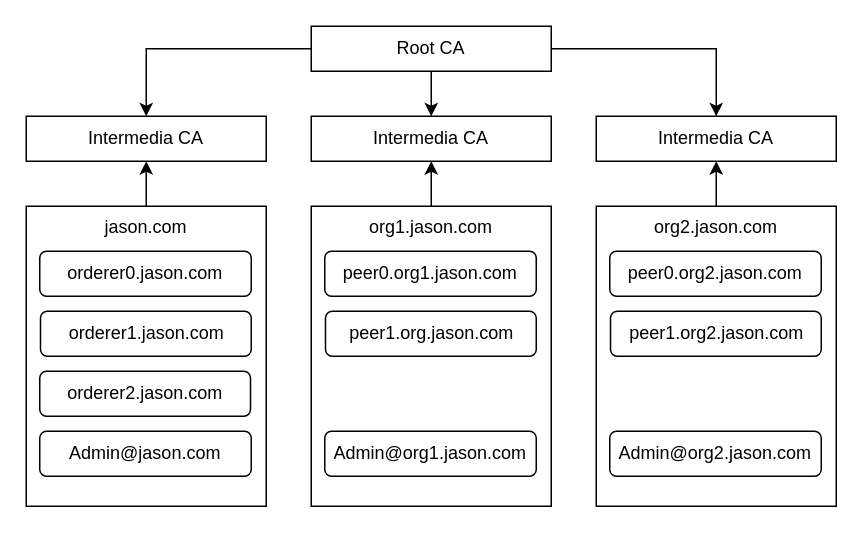
Before: articles/69fa33db/Fabric-CA网络拓扑.drawio in jason-wj/jason-wj.github.io, a draw.io diagram. Source tidied: cells renumbered, new cells numbered last; positions are measured from the earlier drawing's top-left corner, leaving out a move shared by most shapes. Both pictures are drawn from the tidied source at 150%, with x=0, y=0 at pixel (26, 26).
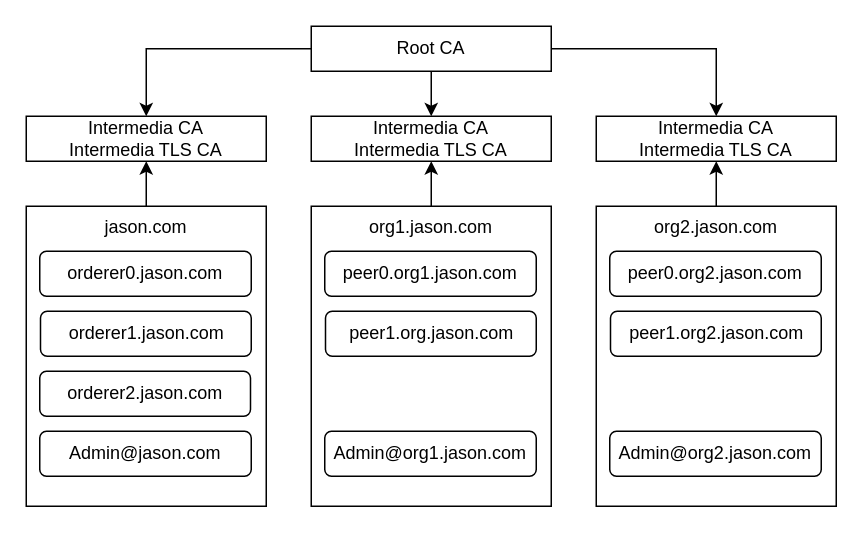
After the change.

What changed in the source:
```diff
@@
-    <mxCell id="6" value="Intermedia CA" style="rounded=0;whiteSpace=wrap;html=1;" parent="1" vertex="1">
+    <mxCell id="6" value="Intermedia CA&lt;br&gt;Intermedia TLS CA" style="rounded=0;whiteSpace=wrap;html=1;" parent="1" vertex="1">
       <mxGeometry y="60" width="160" height="30" as="geometry" />
     </mxCell>
-    <mxCell id="7" value="Intermedia CA" style="rounded=0;whiteSpace=wrap;html=1;" parent="1" vertex="1">
+    <mxCell id="7" value="Intermedia CA&lt;br&gt;Intermedia TLS CA" style="rounded=0;whiteSpace=wrap;html=1;" parent="1" vertex="1">
       <mxGeometry x="190" y="60" width="160" height="30" as="geometry" />
     </mxCell>
-    <mxCell id="8" value="Intermedia CA" style="rounded=0;whiteSpace=wrap;html=1;" parent="1" vertex="1">
+    <mxCell id="8" value="Intermedia CA&lt;br&gt;Intermedia TLS CA" style="rounded=0;whiteSpace=wrap;html=1;" parent="1" vertex="1">
       <mxGeometry x="380" y="60" width="160" height="30" as="geometry" />
     </mxCell>
```
